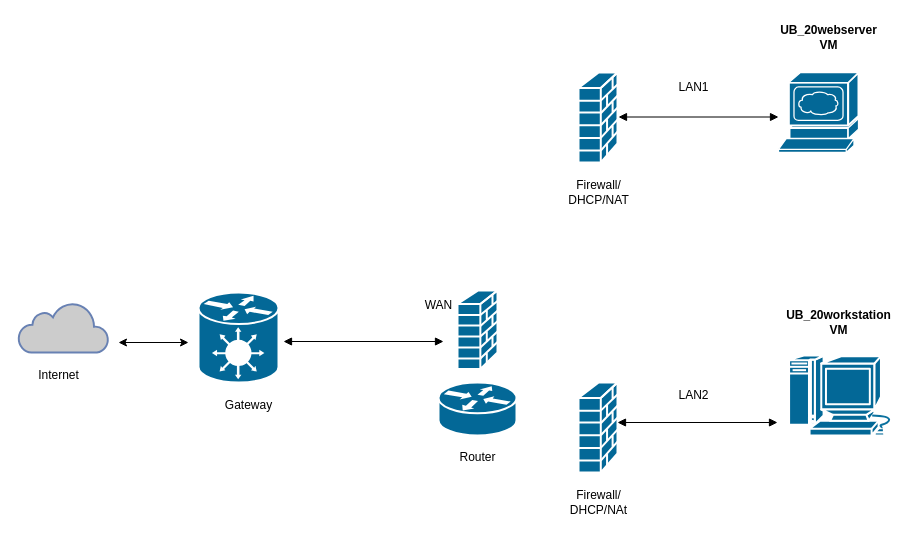
Azulfiqar12/basicwebserver. keeps this draw.io diagram as ylan_my_Aribazulfiqar.drawio. Above is the earlier version. Source tidied: cells renumbered, new cells numbered last; positions are measured from the earlier drawing's top-left corner, leaving out a move shared by most shapes. Both pictures are drawn from the tidied source at 100%, with x=0, y=0 at pixel (18, 17).
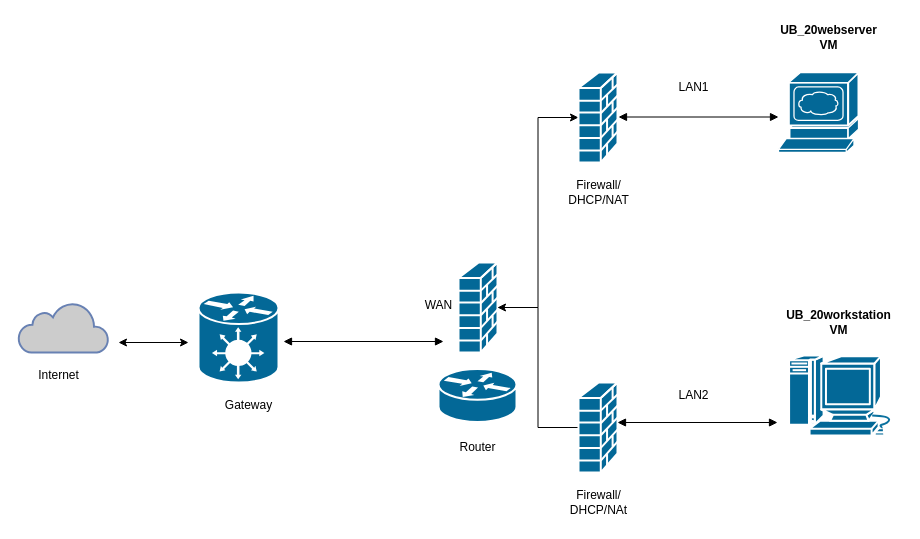
After the change.

Unchanged cells that the change refers to:
```xml
<mxCell id="8" style="shape=mxgraph.cisco.security.firewall;sketch=0;html=1;dashed=0;fillColor=#036897;strokeColor=#ffffff;strokeWidth=2;verticalLabelPosition=bottom;verticalAlign=top;align=center;outlineConnect=0;" parent="1" vertex="1">
  <mxGeometry x="560" y="55" width="39" height="90" as="geometry" />
</mxCell>
<mxCell id="9" style="shape=mxgraph.cisco.security.firewall;sketch=0;html=1;dashed=0;fillColor=#036897;strokeColor=#ffffff;strokeWidth=2;verticalLabelPosition=bottom;verticalAlign=top;align=center;outlineConnect=0;" parent="1" vertex="1">
  <mxGeometry x="560" y="365" width="39" height="90" as="geometry" />
</mxCell>
```

The edit, as a diff of the source:
```diff
@@
+    <mxCell id="24" style="edgeStyle=orthogonalEdgeStyle;rounded=0;jettySize=auto;html=1;entryX=0;entryY=0.5;entryDx=0;entryDy=0;entryPerimeter=0;" parent="1" edge="1" source="6" target="8">
+      <mxGeometry relative="1" as="geometry" />
+    </mxCell>
     <mxCell id="6" style="shape=mxgraph.cisco.security.firewall;sketch=0;html=1;dashed=0;fillColor=#036897;strokeColor=#ffffff;strokeWidth=2;verticalLabelPosition=bottom;verticalAlign=top;align=center;outlineConnect=0;" parent="1" vertex="1">
-      <mxGeometry x="439" y="273" width="40" height="78.5" as="geometry" />
+      <mxGeometry x="440" y="245" width="39" height="90" as="geometry" />
     </mxCell>
     <mxCell id="7" style="shape=mxgraph.cisco.routers.router;sketch=0;html=1;dashed=0;fillColor=#036897;strokeColor=#ffffff;strokeWidth=2;verticalLabelPosition=bottom;verticalAlign=top;align=center;" parent="1" vertex="1">
-      <mxGeometry x="420" y="365" width="78" height="53" as="geometry" />
+      <mxGeometry x="420" y="351.5" width="78" height="53" as="geometry" />
     </mxCell>
@@
+    <mxCell id="25" style="edgeStyle=orthogonalEdgeStyle;rounded=0;jettySize=auto;html=1;entryX=1;entryY=0.5;entryDx=0;entryDy=0;entryPerimeter=0;" parent="1" edge="1" source="9" target="6">
+      <mxGeometry relative="1" as="geometry" />
+    </mxCell>
@@
     <mxCell id="16" value="Router" style="text;html=1;align=center;verticalAlign=middle;strokeColor=none;fillColor=none;" parent="1" vertex="1">
-      <mxGeometry x="429" y="425" width="60" height="30" as="geometry" />
+      <mxGeometry x="429" y="415" width="60" height="30" as="geometry" />
     </mxCell>
```
